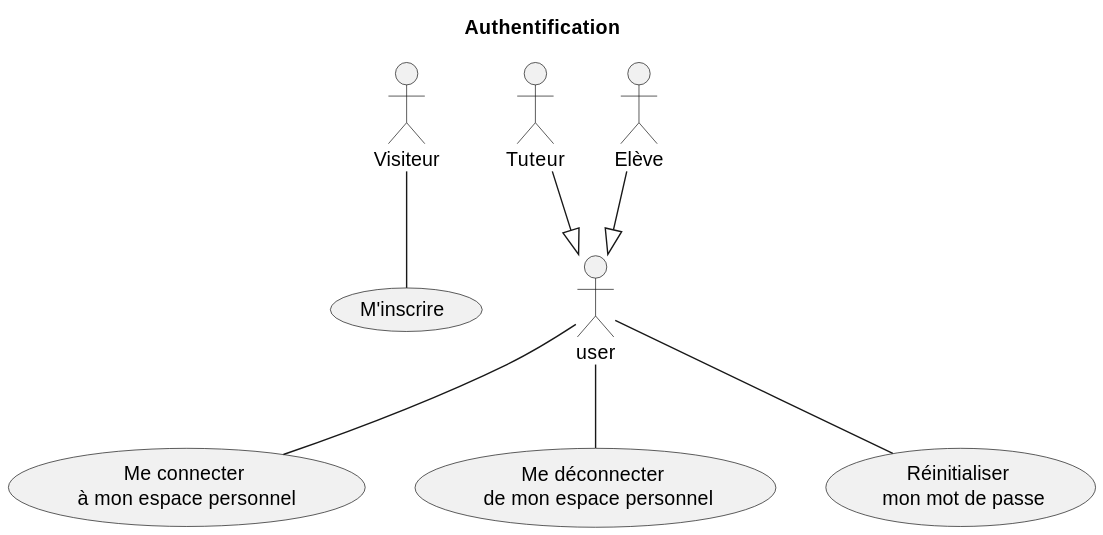
Before: docs/diagrams/authentication/authentication.svg, a diagram exported from PlantUML (KMBCL/P3_specifications).
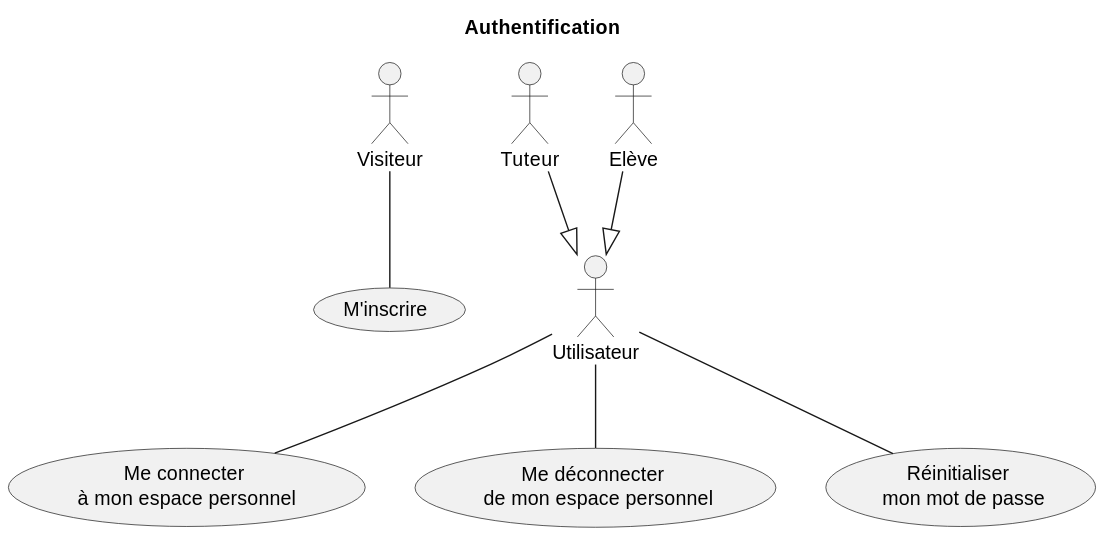
After the change.

Diff of the diagram source:
```diff
@@ -4,8 +4,8 @@
 actor "Visiteur" as visitor
 !include /specifications/docs/diagrams/actors/common.puml
 
-student --|> user
-tutor --|> user
+student --|> Utilisateur
+tutor --|> Utilisateur
 
 usecase "M'inscrire" as register
 usecase "Me connecter \n à mon espace personnel " as login
@@ -13,7 +13,7 @@
 usecase "Réinitialiser \n mon mot de passe" as reset_password
 
 visitor -- register
-user -- login
-user -- logout
-user -- reset_password
+Utilisateur -- login
+Utilisateur -- logout
+Utilisateur -- reset_password
 @enduml
```
